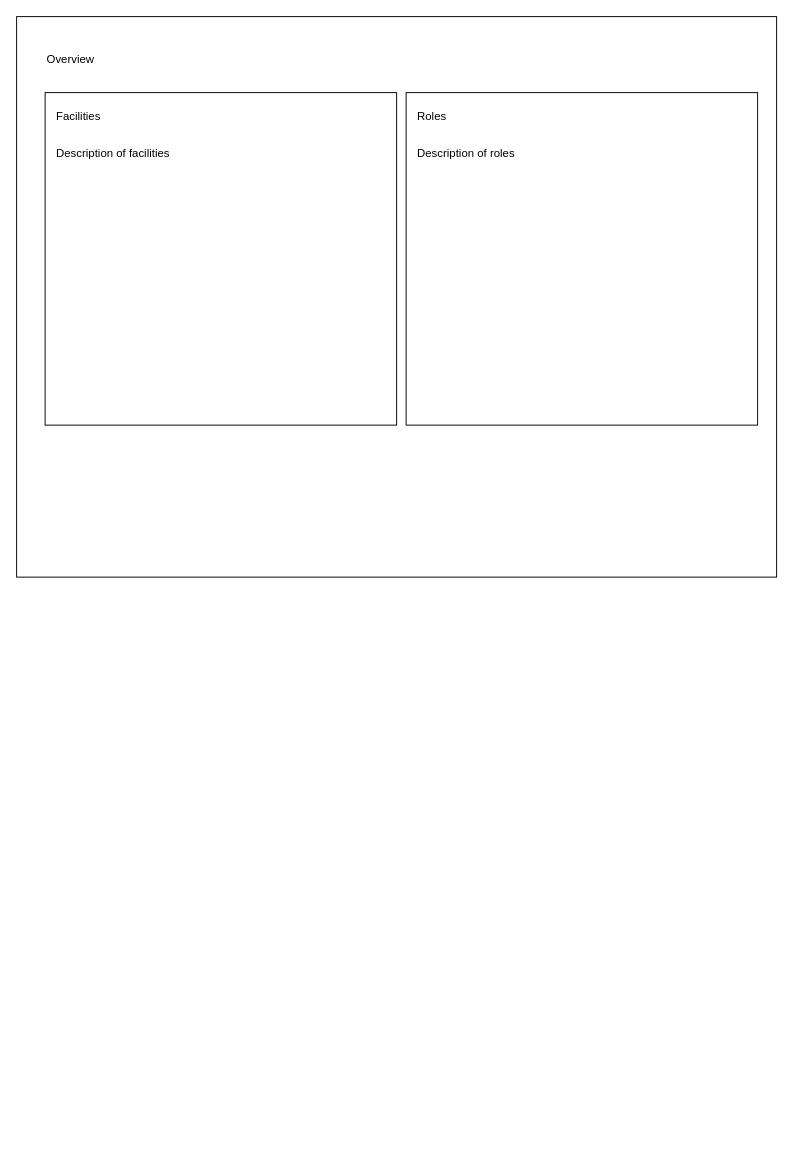
The draw.io diagram diagrams/SetupPage.drawio in empty-works/plain-emrs-no-fw, before the edit. Source tidied: cells renumbered, new cells numbered last; positions are measured from the earlier drawing's top-left corner, leaving out a move shared by most shapes. Both pictures are drawn from the tidied source at 95%, with x=0, y=0 at pixel (16, 16).
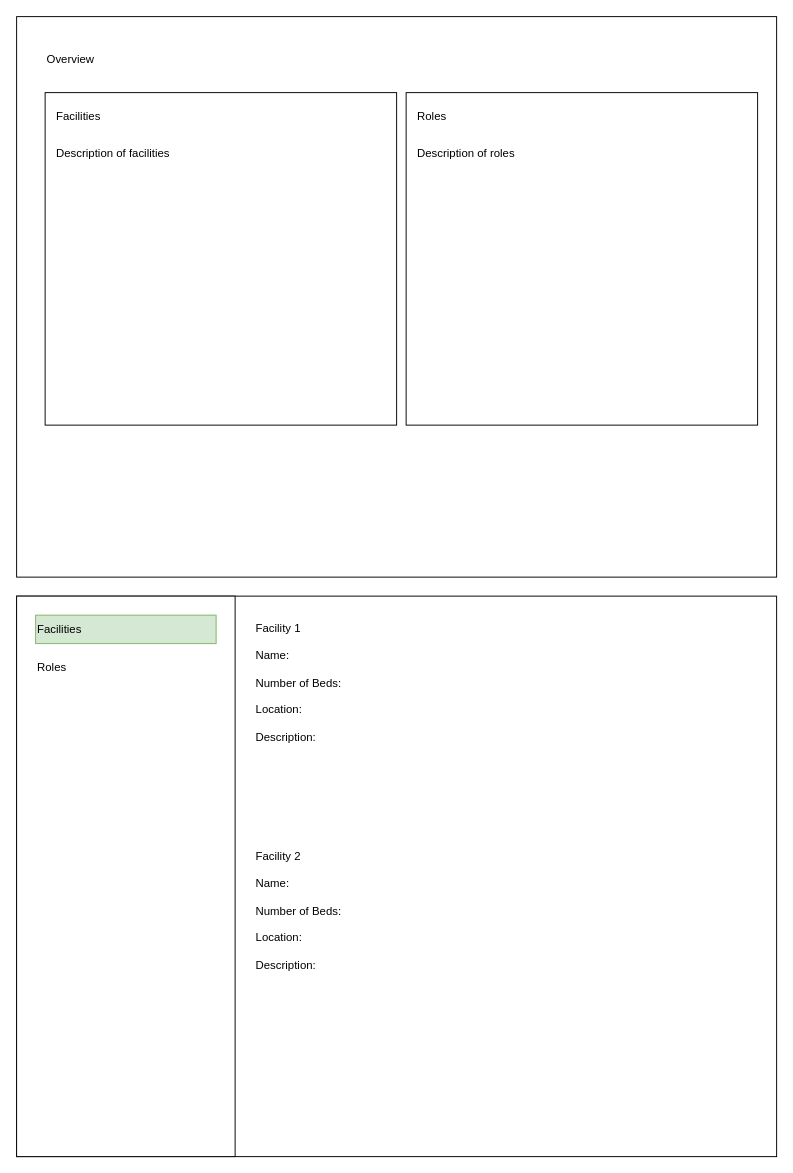
The same diagram, later.

Commit message:
Update SetupPage.drawio - the Facilities page layout with sidebar.

What changed in the source:
```diff
@@
 <mxGraphModel>
   <root>
     <mxCell id="0" />
     <mxCell id="1" parent="0" />
     <mxCell id="2" style="rounded=0;whiteSpace=wrap;html=1;" parent="1" vertex="1">
       <mxGeometry width="800" height="590" as="geometry" />
     </mxCell>
     <mxCell id="3" style="rounded=0;whiteSpace=wrap;html=1;" parent="1" vertex="1">
       <mxGeometry x="30" y="80" width="370" height="350" as="geometry" />
     </mxCell>
     <mxCell id="4" value="Overview" style="text;html=1;strokeColor=none;fillColor=none;align=left;verticalAlign=middle;whiteSpace=wrap;rounded=0;" parent="1" vertex="1">
       <mxGeometry x="30" y="30" width="200" height="30" as="geometry" />
     </mxCell>
     <mxCell id="5" value="Facilities" style="text;html=1;strokeColor=none;fillColor=none;align=left;verticalAlign=middle;whiteSpace=wrap;rounded=0;" parent="1" vertex="1">
       <mxGeometry x="40" y="90" width="380" height="30" as="geometry" />
     </mxCell>
     <mxCell id="6" style="rounded=0;whiteSpace=wrap;html=1;" parent="1" vertex="1">
       <mxGeometry x="410" y="80" width="370" height="350" as="geometry" />
     </mxCell>
     <mxCell id="7" value="Roles" style="text;html=1;strokeColor=none;fillColor=none;align=left;verticalAlign=middle;whiteSpace=wrap;rounded=0;" parent="1" vertex="1">
       <mxGeometry x="420" y="90" width="380" height="30" as="geometry" />
     </mxCell>
     <mxCell id="8" value="Description of facilities" style="text;html=1;strokeColor=none;fillColor=none;align=left;verticalAlign=top;whiteSpace=wrap;rounded=0;labelPosition=center;verticalLabelPosition=middle;horizontal=1;" parent="1" vertex="1">
       <mxGeometry x="40" y="130" width="350" height="230" as="geometry" />
     </mxCell>
     <mxCell id="9" value="Description of roles" style="text;html=1;strokeColor=none;fillColor=none;align=left;verticalAlign=top;whiteSpace=wrap;rounded=0;labelPosition=center;verticalLabelPosition=middle;horizontal=1;" parent="1" vertex="1">
       <mxGeometry x="420" y="130" width="350" height="230" as="geometry" />
     </mxCell>
+    <mxCell id="10" style="rounded=0;whiteSpace=wrap;html=1;" parent="1" vertex="1">
+      <mxGeometry y="610" width="800" height="590" as="geometry" />
+    </mxCell>
+    <mxCell id="11" style="rounded=0;whiteSpace=wrap;html=1;" parent="1" vertex="1">
+      <mxGeometry y="610" width="230" height="590" as="geometry" />
+    </mxCell>
+    <mxCell id="12" value="Facilities" style="text;html=1;strokeColor=#82b366;fillColor=#d5e8d4;align=left;verticalAlign=middle;whiteSpace=wrap;rounded=0;" parent="1" vertex="1">
+      <mxGeometry x="20" y="630" width="190" height="30" as="geometry" />
+    </mxCell>
+    <mxCell id="13" value="Roles" style="text;html=1;strokeColor=none;fillColor=none;align=left;verticalAlign=middle;whiteSpace=wrap;rounded=0;" parent="1" vertex="1">
+      <mxGeometry x="20" y="670" width="190" height="30" as="geometry" />
+    </mxCell>
+    <mxCell id="14" value="&lt;div&gt;Facility 1&lt;/div&gt;&lt;div&gt;&lt;br&gt;&lt;/div&gt;&lt;div&gt;Name: &lt;br&gt;&lt;/div&gt;&lt;div&gt;&lt;br&gt;&lt;/div&gt;&lt;div&gt;Number of Beds:&lt;/div&gt;&lt;div&gt;&lt;br&gt;&lt;/div&gt;&lt;div&gt;Location:&lt;/div&gt;&lt;div&gt;&lt;br&gt;&lt;/div&gt;&lt;div&gt;Description: &lt;br&gt;&lt;/div&gt;" style="text;html=1;strokeColor=none;fillColor=none;align=left;verticalAlign=top;whiteSpace=wrap;rounded=0;" parent="1" vertex="1">
+      <mxGeometry x="250" y="630" width="530" height="200" as="geometry" />
+    </mxCell>
+    <mxCell id="15" value="&lt;div&gt;Facility 2&lt;br&gt;&lt;/div&gt;&lt;div&gt;&lt;br&gt;&lt;/div&gt;&lt;div&gt;Name: &lt;br&gt;&lt;/div&gt;&lt;div&gt;&lt;br&gt;&lt;/div&gt;&lt;div&gt;Number of Beds:&lt;/div&gt;&lt;div&gt;&lt;br&gt;&lt;/div&gt;&lt;div&gt;Location:&lt;/div&gt;&lt;div&gt;&lt;br&gt;&lt;/div&gt;&lt;div&gt;Description: &lt;br&gt;&lt;/div&gt;" style="text;html=1;strokeColor=none;fillColor=none;align=left;verticalAlign=top;whiteSpace=wrap;rounded=0;" parent="1" vertex="1">
+      <mxGeometry x="250" y="870" width="530" height="200" as="geometry" />
+    </mxCell>
   </root>
 </mxGraphModel>
```
